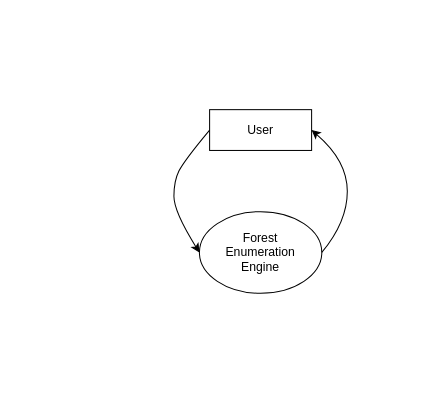
The draw.io diagram final_dfd.drawio in FlyPegasus/FinalYearProject_ForestDiversion, before the edit. Source tidied: cells renumbered, new cells numbered last; positions are measured from the earlier drawing's top-left corner, leaving out a move shared by most shapes. Both pictures are drawn from the tidied source at 102%, with x=0, y=0 at pixel (173, 109).
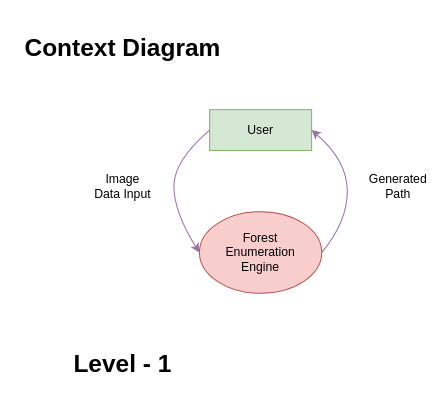
The same diagram, later.

The edit, as a diff of the source:
```diff
@@
 <mxGraphModel>
   <root>
     <mxCell id="0" />
     <mxCell id="1" parent="0" />
-    <mxCell id="2" style="ellipse;whiteSpace=wrap;html=1;" parent="1" vertex="1">
+    <mxCell id="2" style="ellipse;whiteSpace=wrap;html=1;fillColor=#f8cecc;strokeColor=#b85450;" parent="1" vertex="1">
       <mxGeometry x="25" y="100" width="120" height="80" as="geometry" />
     </mxCell>
     <mxCell id="3" value="Forest Enumeration Engine" style="text;html=1;strokeColor=none;fillColor=none;align=center;verticalAlign=middle;whiteSpace=wrap;rounded=0;" parent="1" vertex="1">
       <mxGeometry x="55" y="125" width="60" height="30" as="geometry" />
     </mxCell>
-    <mxCell id="4" value="User" style="rounded=0;whiteSpace=wrap;html=1;" parent="1" vertex="1">
+    <mxCell id="4" value="User" style="rounded=0;whiteSpace=wrap;html=1;fillColor=#d5e8d4;strokeColor=#82b366;" parent="1" vertex="1">
       <mxGeometry x="35" width="100" height="40" as="geometry" />
     </mxCell>
-    <mxCell id="5" style="curved=1;endArrow=classic;html=1;rounded=0;exitX=0;exitY=0.5;exitDx=0;exitDy=0;entryX=0;entryY=0.5;entryDx=0;entryDy=0;" parent="1" edge="1" source="4" target="2">
+    <mxCell id="5" style="curved=1;endArrow=classic;html=1;rounded=0;exitX=0;exitY=0.5;exitDx=0;exitDy=0;entryX=0;entryY=0.5;entryDx=0;entryDy=0;fillColor=#e1d5e7;strokeColor=#9673a6;" parent="1" edge="1" source="4" target="2">
       <mxGeometry relative="1" as="geometry">
         <Array as="points">
-          <mxPoint x="10" y="50" />
-          <mxPoint y="70" />
+          <mxPoint y="50" />
           <mxPoint y="100" />
         </Array>
       </mxGeometry>
     </mxCell>
-    <mxCell id="6" style="curved=1;endArrow=classic;html=1;rounded=0;entryX=1;entryY=0.5;entryDx=0;entryDy=0;exitX=1;exitY=0.5;exitDx=0;exitDy=0;" parent="1" edge="1" source="2" target="4">
+    <mxCell id="6" style="curved=1;endArrow=classic;html=1;rounded=0;entryX=1;entryY=0.5;entryDx=0;entryDy=0;exitX=1;exitY=0.5;exitDx=0;exitDy=0;fillColor=#e1d5e7;strokeColor=#9673a6;" parent="1" edge="1" source="2" target="4">
       <mxGeometry relative="1" as="geometry">
         <Array as="points">
           <mxPoint x="170" y="110" />
           <mxPoint x="170" y="50" />
         </Array>
       </mxGeometry>
     </mxCell>
+    <mxCell id="7" value="Image Data Input" style="text;html=1;strokeColor=none;fillColor=none;align=center;verticalAlign=middle;whiteSpace=wrap;rounded=0;" parent="1" vertex="1">
+      <mxGeometry x="-80" y="60" width="60" height="30" as="geometry" />
+    </mxCell>
+    <mxCell id="8" value="Generated Path" style="text;html=1;strokeColor=none;fillColor=none;align=center;verticalAlign=middle;whiteSpace=wrap;rounded=0;" parent="1" vertex="1">
+      <mxGeometry x="190" y="60" width="60" height="30" as="geometry" />
+    </mxCell>
+    <mxCell id="9" value="&lt;h1&gt;Context Diagram&lt;/h1&gt;" style="text;html=1;strokeColor=none;fillColor=none;spacing=5;spacingTop=-20;whiteSpace=wrap;overflow=hidden;rounded=0;align=center;" parent="1" vertex="1">
+      <mxGeometry x="-153.8" y="-80" width="207.5" height="40" as="geometry" />
+    </mxCell>
+    <mxCell id="10" value="&lt;h1&gt;Level - 1&lt;/h1&gt;" style="text;html=1;strokeColor=none;fillColor=none;spacing=5;spacingTop=-20;whiteSpace=wrap;overflow=hidden;rounded=0;align=center;" parent="1" vertex="1">
+      <mxGeometry x="-153.8" y="230" width="207.5" height="40" as="geometry" />
+    </mxCell>
   </root>
 </mxGraphModel>
```
